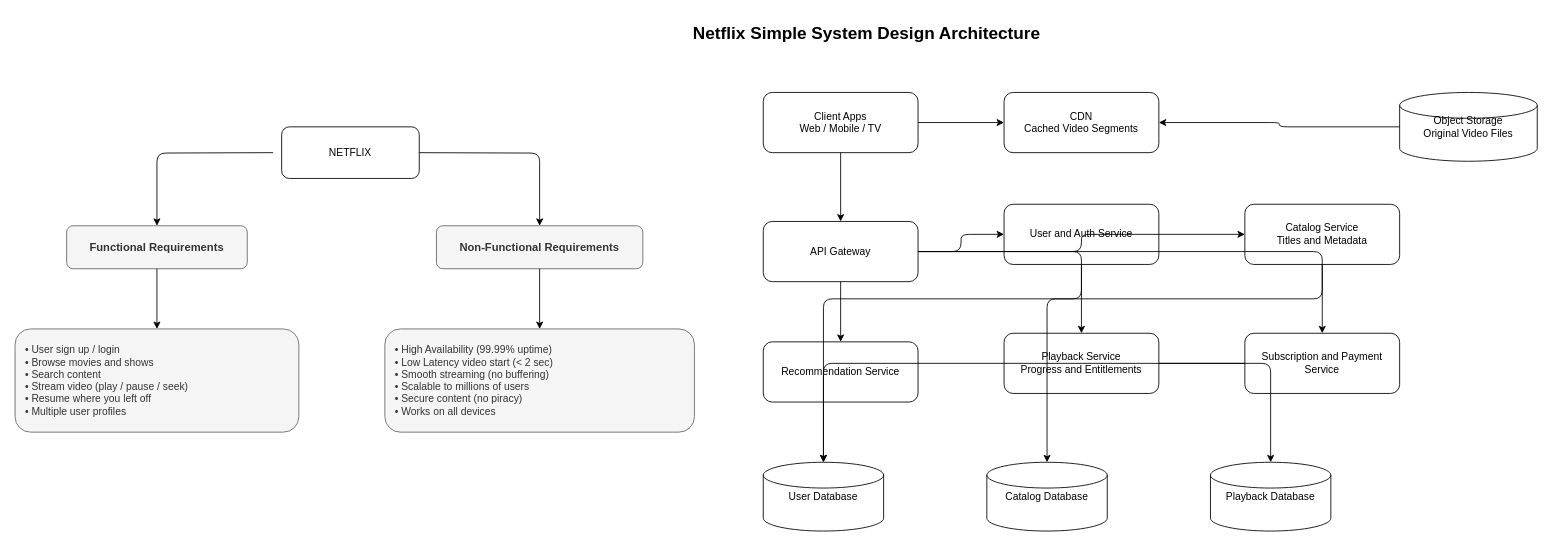
The draw.io diagram exp-2/exp2.drawio in harsh-raj1995/SD_24BCS12444_Harsh_Raj, before the edit. Source tidied: cells renumbered, new cells numbered last; positions are measured from the earlier drawing's top-left corner, leaving out a move shared by most shapes. Both pictures are drawn from the tidied source at 86%, with x=0, y=0 at pixel (15, 15).
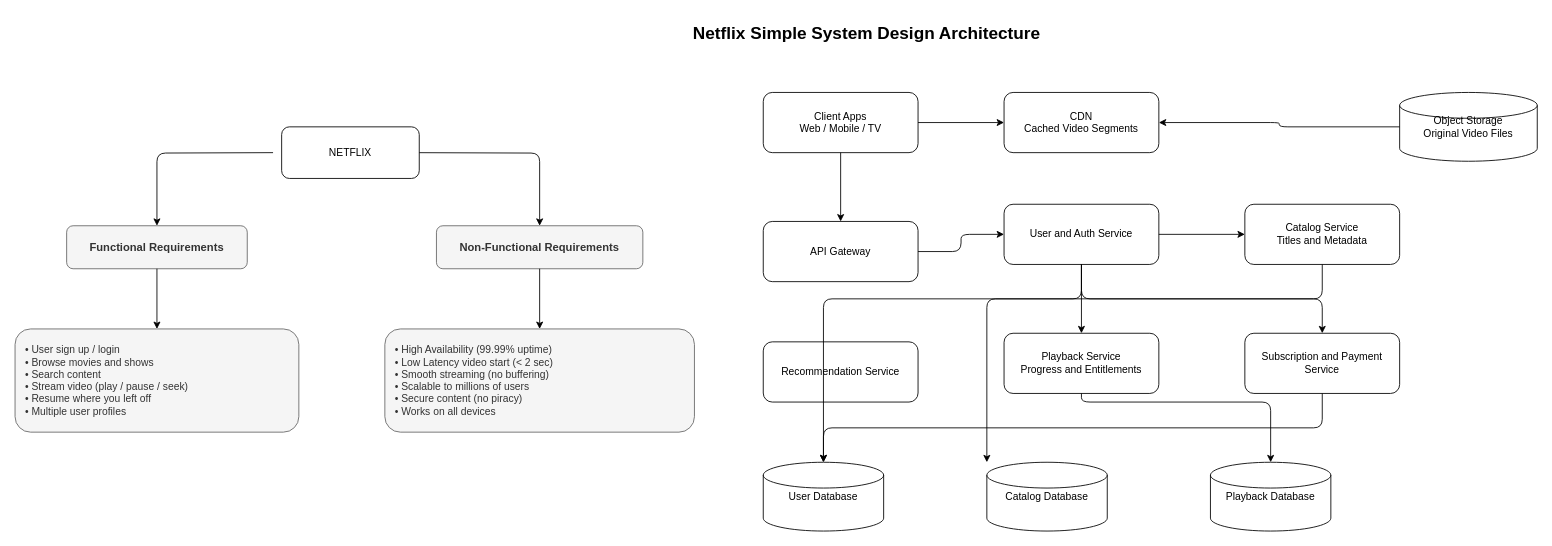
After the change.

Unchanged cells that the change refers to:
```xml
<mxCell id="5" value="API Gateway" style="rounded=1;whiteSpace=wrap;html=1;fillColor=#ffffff;strokeColor=#000000;" parent="1" vertex="1">
  <mxGeometry x="870" y="240" width="180" height="70" as="geometry" />
</mxCell>
<mxCell id="6" value="User and Auth Service" style="rounded=1;whiteSpace=wrap;html=1;fillColor=#ffffff;strokeColor=#000000;" parent="1" vertex="1">
  <mxGeometry x="1150" y="220" width="180" height="70" as="geometry" />
</mxCell>
<mxCell id="7" value="Catalog Service&lt;br&gt;Titles and Metadata" style="rounded=1;whiteSpace=wrap;html=1;fillColor=#ffffff;strokeColor=#000000;" parent="1" vertex="1">
  <mxGeometry x="1430" y="220" width="180" height="70" as="geometry" />
</mxCell>
<mxCell id="8" value="Recommendation Service" style="rounded=1;whiteSpace=wrap;html=1;fillColor=#ffffff;strokeColor=#000000;" parent="1" vertex="1">
  <mxGeometry x="870" y="380" width="180" height="70" as="geometry" />
</mxCell>
<mxCell id="9" value="Playback Service&lt;br&gt;Progress and Entitlements" style="rounded=1;whiteSpace=wrap;html=1;fillColor=#ffffff;strokeColor=#000000;" parent="1" vertex="1">
  <mxGeometry x="1150" y="370" width="180" height="70" as="geometry" />
</mxCell>
<mxCell id="10" value="Subscription and Payment Service" style="rounded=1;whiteSpace=wrap;html=1;fillColor=#ffffff;strokeColor=#000000;" parent="1" vertex="1">
  <mxGeometry x="1430" y="370" width="180" height="70" as="geometry" />
</mxCell>
<mxCell id="11" value="User Database" style="shape=cylinder3;whiteSpace=wrap;html=1;fillColor=#ffffff;strokeColor=#000000;" parent="1" vertex="1">
  <mxGeometry x="870" y="520" width="140" height="80" as="geometry" />
</mxCell>
<mxCell id="12" value="Catalog Database" style="shape=cylinder3;whiteSpace=wrap;html=1;fillColor=#ffffff;strokeColor=#000000;" parent="1" vertex="1">
  <mxGeometry x="1130" y="520" width="140" height="80" as="geometry" />
</mxCell>
<mxCell id="13" value="Playback Database" style="shape=cylinder3;whiteSpace=wrap;html=1;fillColor=#ffffff;strokeColor=#000000;" parent="1" vertex="1">
  <mxGeometry x="1390" y="520" width="140" height="80" as="geometry" />
</mxCell>
```

Diff of the diagram source:
```diff
@@
-    <mxCell id="18" style="edgeStyle=orthogonalEdgeStyle;rounded=1;endArrow=classic;html=1;" parent="1" edge="1" source="5" target="7">
+    <mxCell id="18" style="edgeStyle=orthogonalEdgeStyle;rounded=1;endArrow=classic;html=1;exitX=1;exitY=0.5;exitDx=0;exitDy=0;" parent="1" edge="1" source="6" target="7">
       <mxGeometry relative="1" as="geometry" />
     </mxCell>
-    <mxCell id="19" style="edgeStyle=orthogonalEdgeStyle;rounded=1;endArrow=classic;html=1;" parent="1" edge="1" source="5" target="8">
-      <mxGeometry relative="1" as="geometry" />
-    </mxCell>
-    <mxCell id="20" style="edgeStyle=orthogonalEdgeStyle;rounded=1;endArrow=classic;html=1;" parent="1" edge="1" source="5" target="9">
+    <mxCell id="20" style="edgeStyle=orthogonalEdgeStyle;rounded=1;endArrow=classic;html=1;exitX=0.5;exitY=1;exitDx=0;exitDy=0;" parent="1" edge="1" source="6" target="9">
       <mxGeometry relative="1" as="geometry" />
     </mxCell>
-    <mxCell id="21" style="edgeStyle=orthogonalEdgeStyle;rounded=1;endArrow=classic;html=1;" parent="1" edge="1" source="5" target="10">
+    <mxCell id="21" style="edgeStyle=orthogonalEdgeStyle;rounded=1;endArrow=classic;html=1;exitX=0.5;exitY=1;exitDx=0;exitDy=0;" parent="1" edge="1" source="6" target="10">
       <mxGeometry relative="1" as="geometry" />
     </mxCell>
@@
     <mxCell id="23" style="edgeStyle=orthogonalEdgeStyle;rounded=1;endArrow=classic;html=1;" parent="1" edge="1" source="7" target="12">
       <mxGeometry relative="1" as="geometry">
         <Array as="points">
           <mxPoint x="1520" y="330" />
-          <mxPoint x="1200" y="330" />
+          <mxPoint x="1130" y="330" />
         </Array>
       </mxGeometry>
     </mxCell>
     <mxCell id="24" style="edgeStyle=orthogonalEdgeStyle;rounded=1;endArrow=classic;html=1;" parent="1" edge="1" source="9" target="13">
-      <mxGeometry relative="1" as="geometry" />
+      <mxGeometry relative="1" as="geometry">
+        <Array as="points">
+          <mxPoint x="1240" y="450" />
+          <mxPoint x="1460" y="450" />
+        </Array>
+      </mxGeometry>
     </mxCell>
@@
     <mxCell id="26" style="edgeStyle=orthogonalEdgeStyle;rounded=1;endArrow=classic;html=1;" parent="1" edge="1" source="10" target="11">
-      <mxGeometry relative="1" as="geometry" />
+      <mxGeometry relative="1" as="geometry">
+        <Array as="points">
+          <mxPoint x="1520" y="480" />
+          <mxPoint x="940" y="480" />
+        </Array>
+      </mxGeometry>
     </mxCell>
```
